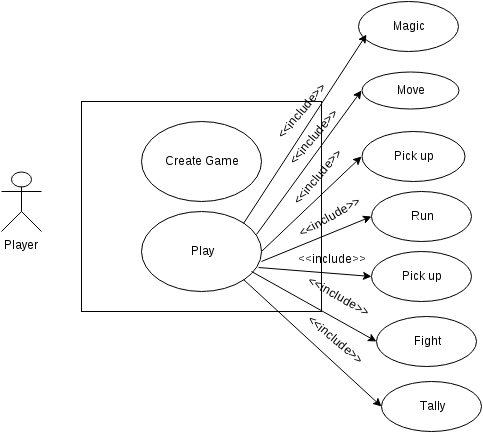
lu15v/Text-Adventure-Game keeps this draw.io diagram as images/UseCases.png. Above is the earlier version. Source tidied: cells renumbered, new cells last; positions are measured from the earlier drawing's top-left corner, leaving out a move shared by most shapes.
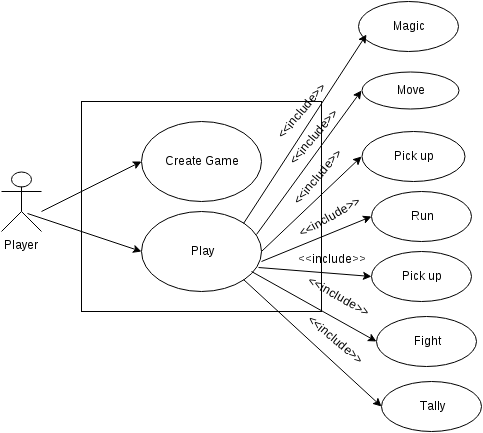
The same diagram one commit later.

Commit message:
FIX use case

What changed in the source:
```diff
@@ -81,5 +81,13 @@
     <mxCell id="26" value="&amp;lt;&amp;lt;include&amp;gt;&amp;gt;" style="text;html=1;strokeColor=none;fillColor=none;align=center;verticalAlign=middle;whiteSpace=wrap;overflow=hidden;rotation=40;" parent="1" vertex="1">
       <mxGeometry x="294" y="328" width="80" height="20" as="geometry" />
     </mxCell>
+    <mxCell id="27" style="endArrow=classic;html=1;entryX=0;entryY=0.5;" parent="1" edge="1" target="4">
+      <mxGeometry relative="1" as="geometry">
+        <mxPoint x="40" y="210" as="sourcePoint" />
+      </mxGeometry>
+    </mxCell>
+    <mxCell id="28" style="endArrow=classic;html=1;exitX=0.65;exitY=0.7;exitPerimeter=0;entryX=0;entryY=0.5;" parent="1" edge="1" source="3" target="5">
+      <mxGeometry relative="1" as="geometry" />
+    </mxCell>
   </root>
 </mxGraphModel>
```
